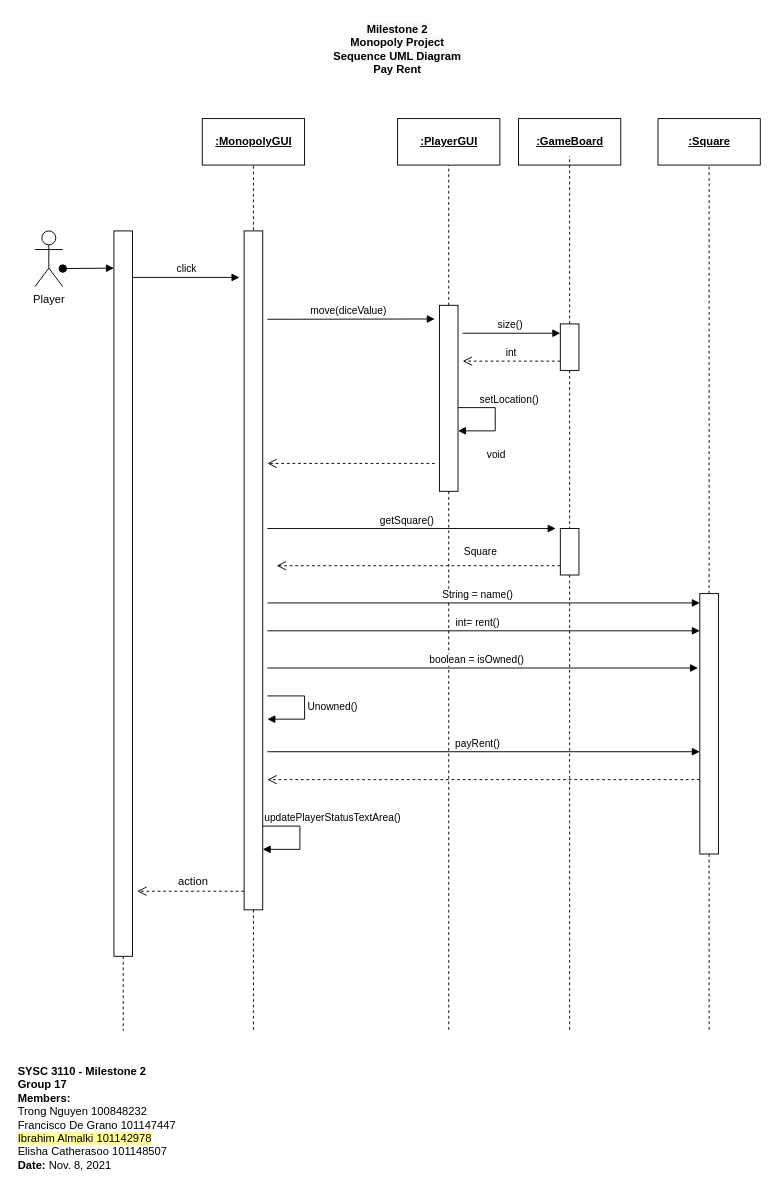
Above: page "SequenceUML_3" (4 of 5) of M3_ClassUML.drawio in trong0dn/monopoly (draw.io), before the change. Source tidied: cells renumbered, new cells numbered last; positions are measured from the earlier drawing's top-left corner, leaving out a move shared by most shapes. Both pictures are drawn from the tidied source at 93%, with x=0, y=0 at pixel (16, 16).
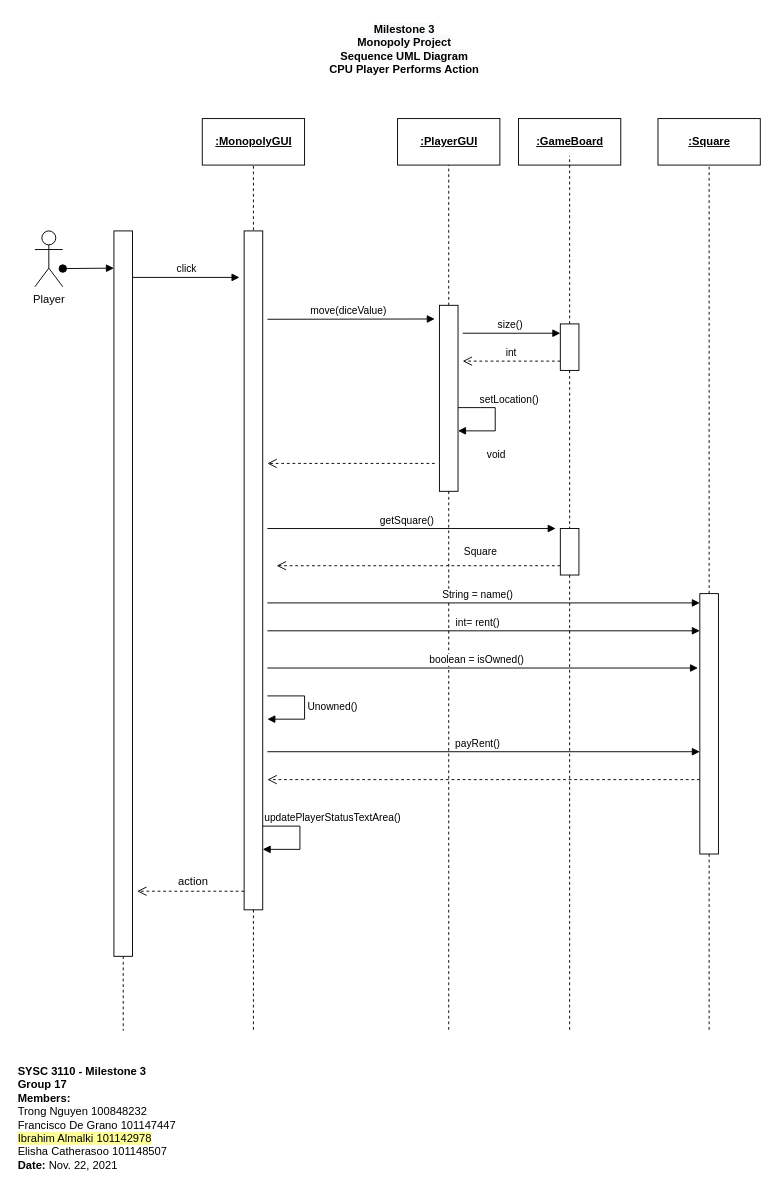
After the change.

What changed in the source:
```diff
@@
-    <mxCell id="2" value="&lt;b&gt;SYSC 3110 - Milestone 2&lt;/b&gt;&lt;br&gt;&lt;b&gt;Group 17&lt;/b&gt;&lt;br&gt;&lt;b&gt;Members:&lt;/b&gt;&lt;br&gt;Trong Nguyen 100848232 &lt;br&gt;Francisco De Grano 101147447 &lt;br&gt;&lt;span style=&quot;background-color: rgb(255 , 255 , 153)&quot;&gt;Ibrahim Almalki 101142978 &lt;br&gt;&lt;/span&gt;Elisha Catherasoo 101148507&lt;br&gt;&lt;b&gt;Date: &lt;/b&gt;Nov. 8, 2021" style="text;html=1;strokeColor=none;fillColor=none;align=left;verticalAlign=middle;whiteSpace=wrap;rounded=0;" parent="1" vertex="1">
+    <mxCell id="2" value="&lt;b&gt;SYSC 3110 - Milestone 3&lt;/b&gt;&lt;br&gt;&lt;b&gt;Group 17&lt;/b&gt;&lt;br&gt;&lt;b&gt;Members:&lt;/b&gt;&lt;br&gt;Trong Nguyen 100848232 &lt;br&gt;Francisco De Grano 101147447 &lt;br&gt;&lt;span style=&quot;background-color: rgb(255 , 255 , 153)&quot;&gt;Ibrahim Almalki 101142978 &lt;br&gt;&lt;/span&gt;Elisha Catherasoo 101148507&lt;br&gt;&lt;b&gt;Date: &lt;/b&gt;Nov. 22, 2021" style="text;html=1;strokeColor=none;fillColor=none;align=left;verticalAlign=middle;whiteSpace=wrap;rounded=0;" parent="1" vertex="1">
       <mxGeometry y="1120" width="200" height="130" as="geometry" />
     </mxCell>
-    <mxCell id="3" value="&lt;b style=&quot;color: rgb(0 , 0 , 0) ; font-family: &amp;#34;helvetica&amp;#34; ; font-size: 12px ; font-style: normal ; letter-spacing: normal ; text-indent: 0px ; text-transform: none ; word-spacing: 0px ; background-color: rgb(248 , 249 , 250)&quot;&gt;Milestone 2&lt;br&gt;Monopoly Project&lt;br&gt;Sequence UML Diagram&lt;br&gt;&lt;div&gt;&lt;b&gt;Pay Rent&lt;/b&gt;&lt;/div&gt;&lt;/b&gt;" style="text;whiteSpace=wrap;html=1;align=center;" parent="1" vertex="1">
-      <mxGeometry x="330" width="160" height="70" as="geometry" />
+    <mxCell id="3" value="&lt;span style=&quot;text-indent: 0px ; background-color: rgb(248 , 249 , 250)&quot;&gt;&lt;b style=&quot;color: rgb(0 , 0 , 0) ; font-family: &amp;#34;helvetica&amp;#34; ; font-size: 12px ; font-style: normal ; letter-spacing: normal ; text-transform: none ; word-spacing: 0px&quot;&gt;Milestone 3&lt;/b&gt;&lt;br&gt;&lt;b style=&quot;color: rgb(0 , 0 , 0) ; font-family: &amp;#34;helvetica&amp;#34; ; font-size: 12px ; font-style: normal ; letter-spacing: normal ; text-transform: none ; word-spacing: 0px&quot;&gt;Monopoly Project&lt;/b&gt;&lt;br&gt;&lt;b style=&quot;color: rgb(0 , 0 , 0) ; font-family: &amp;#34;helvetica&amp;#34; ; font-size: 12px ; font-style: normal ; letter-spacing: normal ; text-transform: none ; word-spacing: 0px&quot;&gt;Sequence UML Diagram&lt;/b&gt;&lt;br&gt;&lt;div&gt;&lt;font face=&quot;helvetica&quot;&gt;&lt;b&gt;CPU Player Performs Action&lt;/b&gt;&lt;/font&gt;&lt;br&gt;&lt;/div&gt;&lt;/span&gt;" style="text;whiteSpace=wrap;html=1;align=center;" parent="1" vertex="1">
+      <mxGeometry x="330" width="175" height="70" as="geometry" />
     </mxCell>
```
